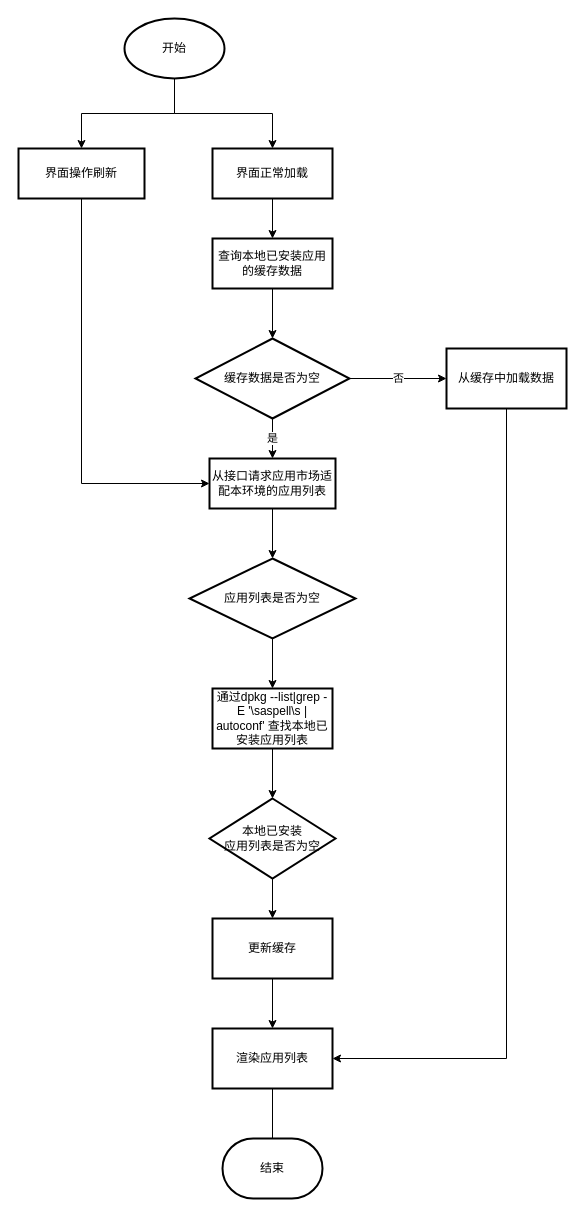
Earlier version of the draw.io diagram 应用市场/软件卸载界面数据加载流程.drawio (fzon0902/DRAWIO-PICS). Source tidied: cells renumbered, new cells numbered last; positions are measured from the earlier drawing's top-left corner, leaving out a move shared by most shapes. Both pictures are drawn from the tidied source at 100%, with x=0, y=0 at pixel (18, 18).
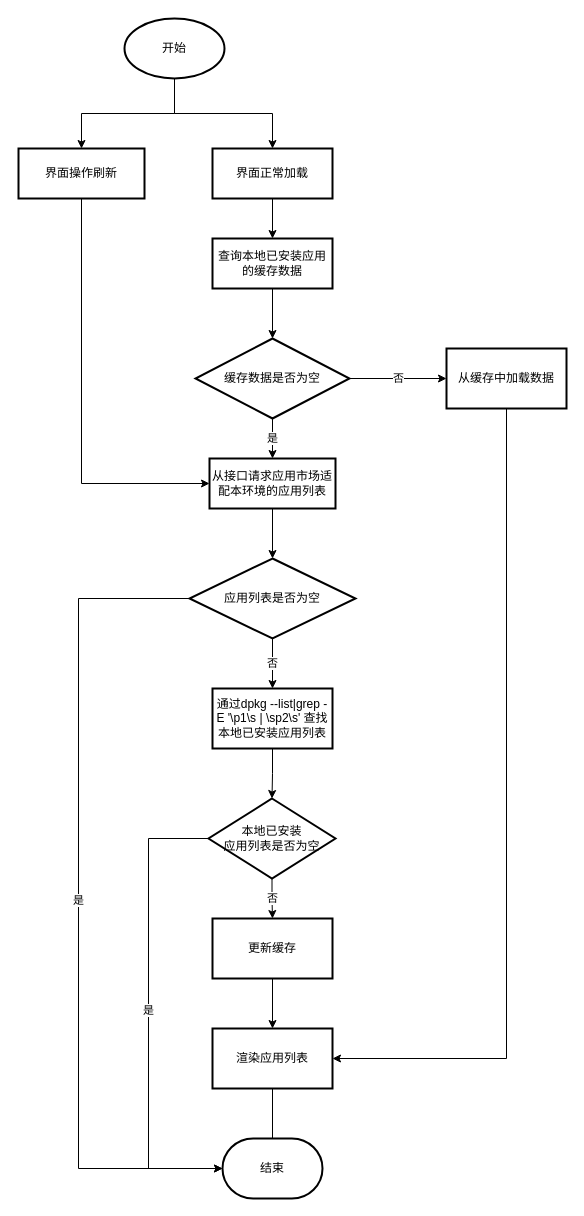
Above is the later version.

Commit message (it also covers changes not shown here):
更新软件卸载界面数据加载流程.drawio

The change refers to these unchanged cells:
```xml
<mxCell id="13" value="应用列表是否为空" style="rhombus;whiteSpace=wrap;html=1;strokeWidth=2;" parent="1" vertex="1">
  <mxGeometry x="171" y="540" width="166" height="80" as="geometry" />
</mxCell>
<mxCell id="19" value="更新缓存" style="whiteSpace=wrap;html=1;strokeWidth=2;" parent="1" vertex="1">
  <mxGeometry x="194" y="900" width="120" height="60" as="geometry" />
</mxCell>
<mxCell id="24" value="结束" style="strokeWidth=2;html=1;shape=mxgraph.flowchart.terminator;whiteSpace=wrap;" parent="1" vertex="1">
  <mxGeometry x="204" y="1120" width="100" height="60" as="geometry" />
</mxCell>
```

What changed in the source:
```diff
@@
-    <mxCell id="12" style="edgeStyle=orthogonalEdgeStyle;rounded=0;jettySize=auto;html=1;" parent="1" edge="1" source="13" target="15">
+    <mxCell id="12" value="否" style="edgeStyle=orthogonalEdgeStyle;rounded=0;jettySize=auto;html=1;" parent="1" edge="1" source="13" target="15">
       <mxGeometry relative="1" as="geometry" />
     </mxCell>
+    <mxCell id="29" value="是" style="edgeStyle=orthogonalEdgeStyle;rounded=0;jettySize=auto;html=1;entryX=0;entryY=0.5;entryDx=0;entryDy=0;entryPerimeter=0;" parent="1" edge="1" source="13" target="24">
+      <mxGeometry relative="1" as="geometry">
+        <Array as="points">
+          <mxPoint x="60" y="580" />
+          <mxPoint x="60" y="1150" />
+        </Array>
+      </mxGeometry>
+    </mxCell>
@@
-    <mxCell id="15" value="通过dpkg --list|grep -E '\saspell\s | autoconf' 查找本地已安装应用列表" style="whiteSpace=wrap;html=1;strokeWidth=2;" parent="1" vertex="1">
+    <mxCell id="15" value="通过dpkg --list|grep -E '\p1\s | \sp2\s' 查找本地已安装应用列表" style="whiteSpace=wrap;html=1;strokeWidth=2;" parent="1" vertex="1">
       <mxGeometry x="194" y="670" width="120" height="60" as="geometry" />
     </mxCell>
-    <mxCell id="16" style="edgeStyle=orthogonalEdgeStyle;rounded=0;jettySize=auto;html=1;" parent="1" edge="1" source="17" target="19">
+    <mxCell id="16" value="否" style="edgeStyle=orthogonalEdgeStyle;rounded=0;jettySize=auto;html=1;" parent="1" edge="1" source="17" target="19">
       <mxGeometry relative="1" as="geometry" />
     </mxCell>
+    <mxCell id="30" value="是" style="edgeStyle=orthogonalEdgeStyle;rounded=0;jettySize=auto;html=1;entryX=0;entryY=0.5;entryDx=0;entryDy=0;entryPerimeter=0;" parent="1" edge="1" source="17" target="24">
+      <mxGeometry relative="1" as="geometry">
+        <Array as="points">
+          <mxPoint x="130" y="820" />
+          <mxPoint x="130" y="1150" />
+        </Array>
+      </mxGeometry>
+    </mxCell>
     <mxCell id="17" value="本地已安装&lt;br&gt;应用列表是否为空" style="rhombus;whiteSpace=wrap;html=1;strokeWidth=2;" parent="1" vertex="1">
-      <mxGeometry x="191" y="780" width="126" height="80" as="geometry" />
+      <mxGeometry x="190" y="780" width="127" height="80" as="geometry" />
     </mxCell>
```
